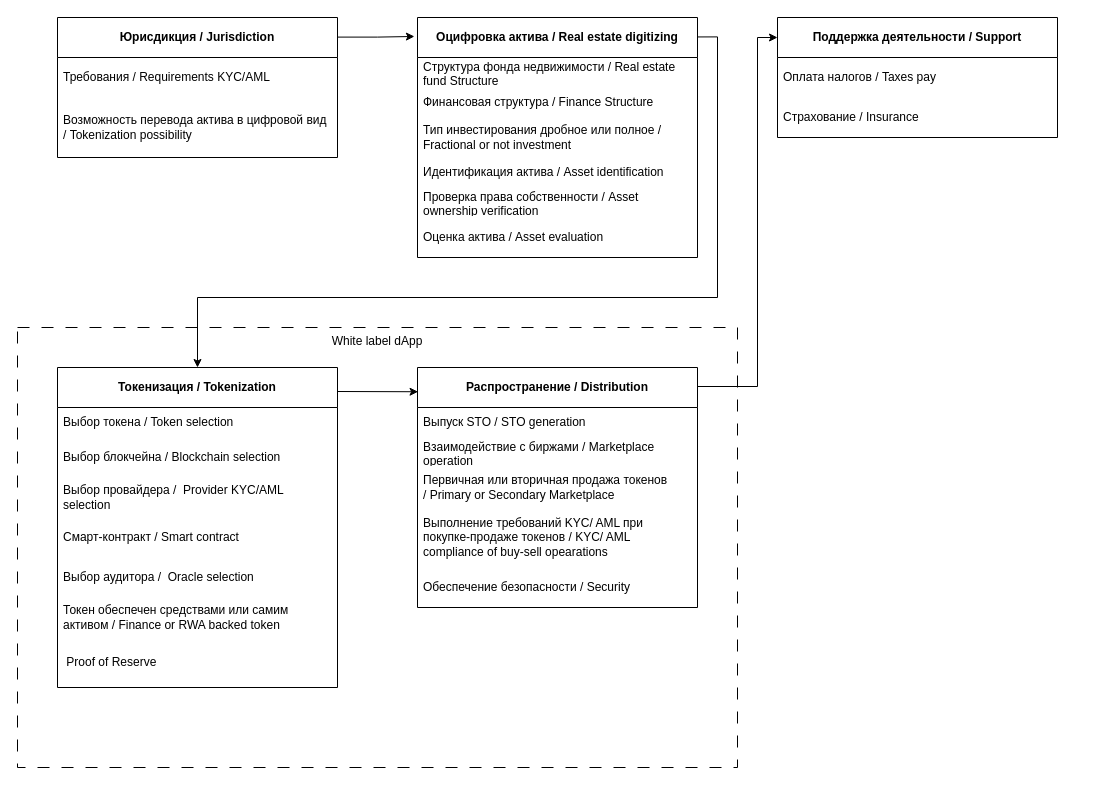
The draw.io diagram RETM_Logical.drawio in rpurei/RETM-Schemes, before the edit. Source tidied: cells renumbered, new cells numbered last; positions are measured from the earlier drawing's top-left corner, leaving out a move shared by most shapes. Both pictures are drawn from the tidied source at 100%, with x=0, y=0 at pixel (17, 17).
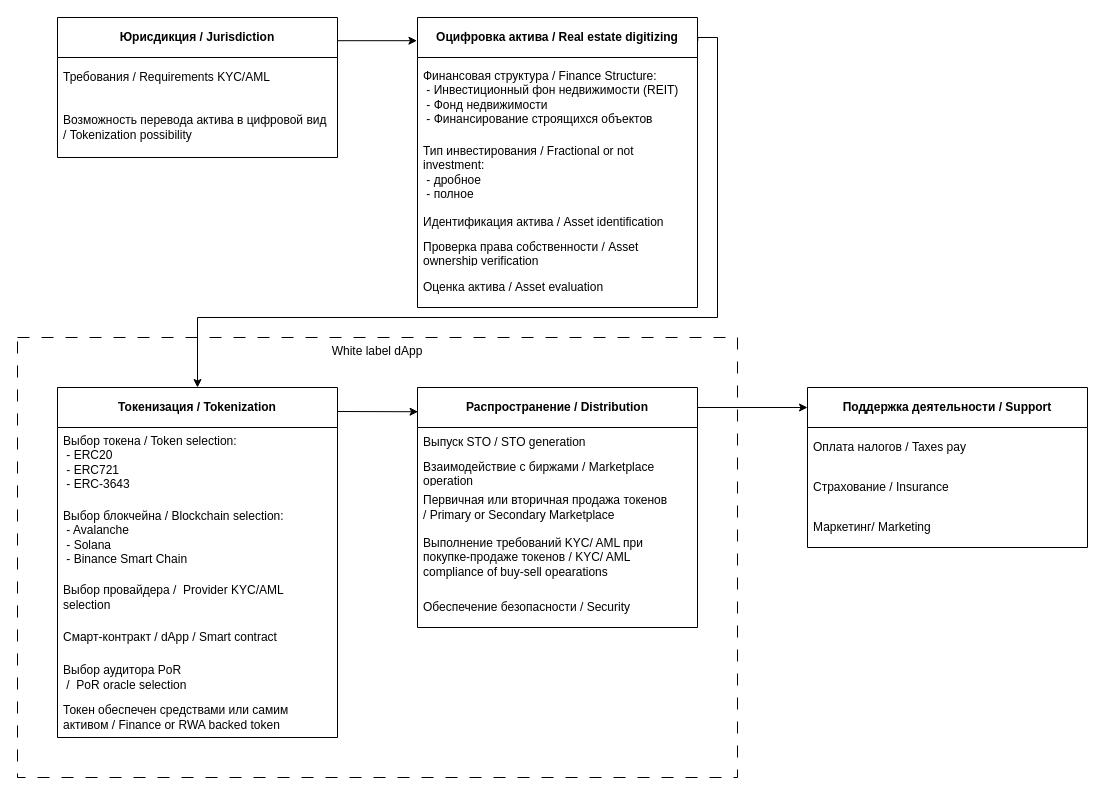
The same page after the edit.

Unchanged cells that the change refers to:
```xml
<mxCell id="27" value="&lt;b&gt;Юрисдикция / Jurisdiction&lt;/b&gt;" style="swimlane;fontStyle=0;horizontal=1;startSize=40;whiteSpace=wrap;html=1;" parent="1" vertex="1">
  <mxGeometry x="40" width="280" height="140" as="geometry" />
</mxCell>
```

Diff of the diagram source:
```diff
@@
     <mxCell id="2" value="White label dApp" style="rounded=0;whiteSpace=wrap;html=1;gradientColor=none;fillColor=none;dashed=1;dashPattern=12 12;verticalAlign=top;" parent="1" vertex="1">
-      <mxGeometry y="310" width="720" height="440" as="geometry" />
+      <mxGeometry y="320" width="720" height="440" as="geometry" />
     </mxCell>
     <mxCell id="3" value="&lt;b&gt;Распространение / Distribution&lt;/b&gt;" style="swimlane;fontStyle=0;horizontal=1;startSize=40;whiteSpace=wrap;html=1;" parent="1" vertex="1">
-      <mxGeometry x="400" y="350" width="280" height="240" as="geometry" />
+      <mxGeometry x="400" y="370" width="280" height="240" as="geometry" />
     </mxCell>
@@
     <mxCell id="9" value="&lt;b&gt;Токенизация / Tokenization&lt;/b&gt;" style="swimlane;fontStyle=0;horizontal=1;startSize=40;whiteSpace=wrap;html=1;" parent="1" vertex="1">
-      <mxGeometry x="40" y="350" width="280" height="320" as="geometry" />
+      <mxGeometry x="40" y="370" width="280" height="350" as="geometry" />
     </mxCell>
-    <mxCell id="10" value="Выбор токена / Token selection" style="text;strokeColor=none;fillColor=none;align=left;verticalAlign=middle;spacingLeft=4;spacingRight=4;overflow=hidden;whiteSpace=wrap;html=1;" parent="9" vertex="1">
-      <mxGeometry y="40" width="280" height="30" as="geometry" />
+    <mxCell id="10" value="Выбор токена / Token selection:&lt;br&gt;&amp;nbsp;- ERC20&lt;br&gt;&amp;nbsp;- ERC721&lt;br&gt;&amp;nbsp;- ERC-3643" style="text;strokeColor=none;fillColor=none;align=left;verticalAlign=middle;spacingLeft=4;spacingRight=4;overflow=hidden;whiteSpace=wrap;html=1;" parent="9" vertex="1">
+      <mxGeometry y="40" width="280" height="70" as="geometry" />
     </mxCell>
-    <mxCell id="11" value="Выбор блокчейна / Blockchain selection" style="text;strokeColor=none;fillColor=none;align=left;verticalAlign=middle;spacingLeft=4;spacingRight=4;overflow=hidden;whiteSpace=wrap;html=1;" parent="9" vertex="1">
-      <mxGeometry y="70" width="280" height="40" as="geometry" />
+    <mxCell id="11" value="Выбор блокчейна / Blockchain selection:&lt;br&gt;&amp;nbsp;- Avalanche&lt;br&gt;&amp;nbsp;- Solana&lt;br&gt;&amp;nbsp;- Binance Smart Chain&amp;nbsp;" style="text;strokeColor=none;fillColor=none;align=left;verticalAlign=middle;spacingLeft=4;spacingRight=4;overflow=hidden;whiteSpace=wrap;html=1;" parent="9" vertex="1">
+      <mxGeometry y="110" width="280" height="80" as="geometry" />
     </mxCell>
     <mxCell id="12" value="Выбор провайдера /&amp;nbsp; Provider KYC/AML selection" style="text;strokeColor=none;fillColor=none;align=left;verticalAlign=middle;spacingLeft=4;spacingRight=4;overflow=hidden;whiteSpace=wrap;html=1;fontColor=#000000;" parent="9" vertex="1">
-      <mxGeometry y="110" width="280" height="40" as="geometry" />
+      <mxGeometry y="190" width="280" height="40" as="geometry" />
     </mxCell>
-    <mxCell id="13" value="Смарт-контракт / Smart contract" style="text;strokeColor=none;fillColor=none;align=left;verticalAlign=middle;spacingLeft=4;spacingRight=4;overflow=hidden;whiteSpace=wrap;html=1;fontColor=#000000;" parent="9" vertex="1">
-      <mxGeometry y="150" width="280" height="40" as="geometry" />
+    <mxCell id="13" value="Смарт-контракт / dApp / Smart contract" style="text;strokeColor=none;fillColor=none;align=left;verticalAlign=middle;spacingLeft=4;spacingRight=4;overflow=hidden;whiteSpace=wrap;html=1;fontColor=#000000;" parent="9" vertex="1">
+      <mxGeometry y="230" width="280" height="40" as="geometry" />
     </mxCell>
-    <mxCell id="14" value="Выбор аудитора /&amp;nbsp; Oracle selection" style="text;strokeColor=none;fillColor=none;align=left;verticalAlign=middle;spacingLeft=4;spacingRight=4;overflow=hidden;whiteSpace=wrap;html=1;fontColor=#000000;" parent="9" vertex="1">
-      <mxGeometry y="190" width="280" height="40" as="geometry" />
+    <mxCell id="14" value="Выбор аудитора PoR&lt;br&gt;&amp;nbsp;/&amp;nbsp; PoR oracle selection" style="text;strokeColor=none;fillColor=none;align=left;verticalAlign=middle;spacingLeft=4;spacingRight=4;overflow=hidden;whiteSpace=wrap;html=1;fontColor=#000000;" parent="9" vertex="1">
+      <mxGeometry y="270" width="280" height="40" as="geometry" />
     </mxCell>
     <mxCell id="15" value="Токен обеспечен средствами или самим активом / Finance or RWA backed token" style="text;strokeColor=none;fillColor=none;align=left;verticalAlign=middle;spacingLeft=4;spacingRight=4;overflow=hidden;whiteSpace=wrap;html=1;fontColor=#000000;" parent="9" vertex="1">
-      <mxGeometry y="230" width="280" height="40" as="geometry" />
+      <mxGeometry y="310" width="280" height="40" as="geometry" />
     </mxCell>
-    <mxCell id="16" value="&lt;font style=&quot;font-size: 12px;&quot;&gt;&amp;nbsp;&lt;span style=&quot;font-family: arial, sans-serif; background-color: rgb(255, 255, 255);&quot;&gt;Proof of Reserve&lt;/span&gt;&lt;/font&gt;" style="text;strokeColor=none;fillColor=none;align=left;verticalAlign=middle;spacingLeft=4;spacingRight=4;overflow=hidden;whiteSpace=wrap;html=1;fontColor=#000000;" parent="9" vertex="1">
-      <mxGeometry y="270" width="280" height="50" as="geometry" />
-    </mxCell>
     <mxCell id="17" value="&lt;b&gt;Оцифровка актива / Real estate digitizing&lt;/b&gt;" style="swimlane;fontStyle=0;horizontal=1;startSize=40;whiteSpace=wrap;html=1;" parent="1" vertex="1">
-      <mxGeometry x="400" width="280" height="240" as="geometry" />
+      <mxGeometry x="400" width="280" height="290" as="geometry" />
     </mxCell>
-    <mxCell id="18" value="&lt;font&gt;Структура фонда недвижимости /&amp;nbsp;Real estate fund Structure&lt;/font&gt;" style="text;strokeColor=none;fillColor=none;align=left;verticalAlign=middle;spacingLeft=4;spacingRight=4;overflow=hidden;whiteSpace=wrap;html=1;fontColor=#000000;" parent="17" vertex="1">
-      <mxGeometry y="40" width="280" height="30" as="geometry" />
-    </mxCell>
-    <mxCell id="19" value="&lt;font&gt;Финансовая структура /&amp;nbsp;Finance Structure&lt;/font&gt;" style="text;strokeColor=none;fillColor=none;align=left;verticalAlign=middle;spacingLeft=4;spacingRight=4;overflow=hidden;whiteSpace=wrap;html=1;fontColor=#000000;" parent="17" vertex="1">
-      <mxGeometry y="70" width="280" height="30" as="geometry" />
+    <mxCell id="19" value="&lt;font&gt;Финансовая структура /&amp;nbsp;Finance Structure:&lt;br&gt;&amp;nbsp;- Инвестиционный фон недвижимости (REIT)&lt;br&gt;&amp;nbsp;- Фонд недвижимости&lt;br&gt;&amp;nbsp;- Финансирование строящихся объектов&lt;br&gt;&lt;/font&gt;" style="text;strokeColor=none;fillColor=none;align=left;verticalAlign=middle;spacingLeft=4;spacingRight=4;overflow=hidden;whiteSpace=wrap;html=1;fontColor=#000000;" parent="17" vertex="1">
+      <mxGeometry y="40" width="280" height="80" as="geometry" />
     </mxCell>
-    <mxCell id="20" value="Тип инвестирования дробное или полное / Fractional or not investment&amp;nbsp;" style="text;strokeColor=none;fillColor=none;align=left;verticalAlign=middle;spacingLeft=4;spacingRight=4;overflow=hidden;whiteSpace=wrap;html=1;" parent="17" vertex="1">
-      <mxGeometry y="100" width="280" height="40" as="geometry" />
+    <mxCell id="20" value="Тип инвестирования / Fractional or not investment:&lt;br&gt;&amp;nbsp;- дробное&lt;br&gt;&amp;nbsp;- полное" style="text;strokeColor=none;fillColor=none;align=left;verticalAlign=middle;spacingLeft=4;spacingRight=4;overflow=hidden;whiteSpace=wrap;html=1;" parent="17" vertex="1">
+      <mxGeometry y="120" width="280" height="70" as="geometry" />
     </mxCell>
     <mxCell id="21" value="Идентификация актива / Asset identification" style="text;strokeColor=none;fillColor=none;align=left;verticalAlign=middle;spacingLeft=4;spacingRight=4;overflow=hidden;whiteSpace=wrap;html=1;" parent="17" vertex="1">
-      <mxGeometry y="140" width="280" height="30" as="geometry" />
+      <mxGeometry y="190" width="280" height="30" as="geometry" />
     </mxCell>
     <mxCell id="22" value="Проверка права собственности / Asset ownership verification" style="text;strokeColor=none;fillColor=none;align=left;verticalAlign=middle;spacingLeft=4;spacingRight=4;overflow=hidden;whiteSpace=wrap;html=1;" parent="17" vertex="1">
-      <mxGeometry y="170" width="280" height="30" as="geometry" />
+      <mxGeometry y="220" width="280" height="30" as="geometry" />
     </mxCell>
     <mxCell id="23" value="Оценка актива / Asset evaluation" style="text;strokeColor=none;fillColor=none;align=left;verticalAlign=middle;spacingLeft=4;spacingRight=4;overflow=hidden;whiteSpace=wrap;html=1;" parent="17" vertex="1">
-      <mxGeometry y="200" width="280" height="40" as="geometry" />
+      <mxGeometry y="250" width="280" height="40" as="geometry" />
     </mxCell>
     <mxCell id="24" value="&lt;b&gt;Поддержка деятельности / Support&lt;/b&gt;" style="swimlane;fontStyle=0;horizontal=1;startSize=40;whiteSpace=wrap;html=1;" parent="1" vertex="1">
-      <mxGeometry x="760" width="280" height="120" as="geometry" />
+      <mxGeometry x="790" y="370" width="280" height="160" as="geometry" />
     </mxCell>
@@
+    <mxCell id="34" value="Маркетинг/ Marketing" style="text;strokeColor=none;fillColor=none;align=left;verticalAlign=middle;spacingLeft=4;spacingRight=4;overflow=hidden;whiteSpace=wrap;html=1;fontColor=#000000;" parent="24" vertex="1">
+      <mxGeometry y="120" width="280" height="40" as="geometry" />
+    </mxCell>
@@
-    <mxCell id="30" style="edgeStyle=orthogonalEdgeStyle;rounded=0;jettySize=auto;html=1;exitX=1;exitY=0.14;exitDx=0;exitDy=0;entryX=-0.011;entryY=0.079;entryDx=0;entryDy=0;entryPerimeter=0;exitPerimeter=0;" parent="1" edge="1" source="27" target="17">
-      <mxGeometry relative="1" as="geometry" />
+    <mxCell id="30" style="edgeStyle=orthogonalEdgeStyle;rounded=0;jettySize=auto;html=1;exitX=1;exitY=0.14;exitDx=0;exitDy=0;entryX=-0.002;entryY=0.08;entryDx=0;entryDy=0;entryPerimeter=0;exitPerimeter=0;" parent="1" edge="1" source="27" target="17">
+      <mxGeometry relative="1" as="geometry">
+        <Array as="points">
+          <mxPoint x="320" y="23" />
+        </Array>
+      </mxGeometry>
     </mxCell>
     <mxCell id="31" style="edgeStyle=orthogonalEdgeStyle;rounded=0;jettySize=auto;html=1;entryX=0.5;entryY=0;entryDx=0;entryDy=0;exitX=1.001;exitY=0.081;exitDx=0;exitDy=0;exitPerimeter=0;" parent="1" edge="1" source="17" target="9">
       <mxGeometry relative="1" as="geometry">
         <Array as="points">
+          <mxPoint x="680" y="20" />
           <mxPoint x="700" y="20" />
-          <mxPoint x="700" y="280" />
-          <mxPoint x="180" y="280" />
+          <mxPoint x="700" y="300" />
+          <mxPoint x="180" y="300" />
         </Array>
       </mxGeometry>
     </mxCell>
     <mxCell id="32" style="edgeStyle=orthogonalEdgeStyle;rounded=0;jettySize=auto;html=1;entryX=0.002;entryY=0.101;entryDx=0;entryDy=0;entryPerimeter=0;" parent="1" edge="1" target="3">
       <mxGeometry relative="1" as="geometry">
-        <mxPoint x="320" y="374" as="sourcePoint" />
+        <mxPoint x="320" y="394" as="sourcePoint" />
         <Array as="points">
-          <mxPoint x="320" y="374" />
-          <mxPoint x="330" y="374" />
+          <mxPoint x="320" y="394" />
+          <mxPoint x="330" y="394" />
         </Array>
       </mxGeometry>
     </mxCell>
     <mxCell id="33" style="edgeStyle=orthogonalEdgeStyle;rounded=0;orthogonalLoop=1;jettySize=auto;html=1;" parent="1" edge="1">
       <mxGeometry relative="1" as="geometry">
-        <mxPoint x="680" y="369" as="sourcePoint" />
-        <mxPoint x="760" y="20" as="targetPoint" />
+        <mxPoint x="680" y="379" as="sourcePoint" />
+        <mxPoint x="790" y="390" as="targetPoint" />
         <Array as="points">
-          <mxPoint x="740" y="369" />
-          <mxPoint x="740" y="20" />
+          <mxPoint x="680" y="390" />
         </Array>
       </mxGeometry>
     </mxCell>
```
